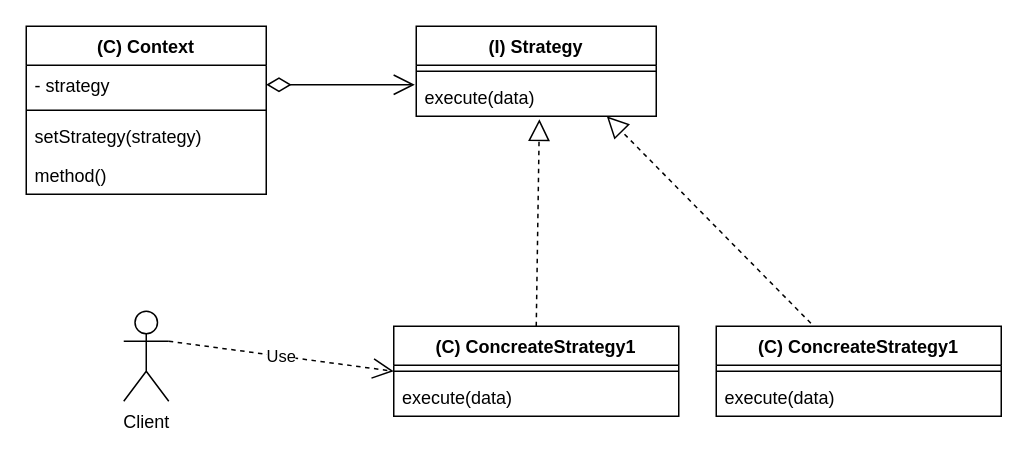
Before: 04-デザインパターン/振る舞い/Strategy/クラス図.drawio in bamboo-house/Good-Code, a draw.io diagram. Source tidied: cells renumbered, new cells numbered last; positions are measured from the earlier drawing's top-left corner, leaving out a move shared by most shapes. Both pictures are drawn from the tidied source at 150%, with x=0, y=0 at pixel (26, 26).
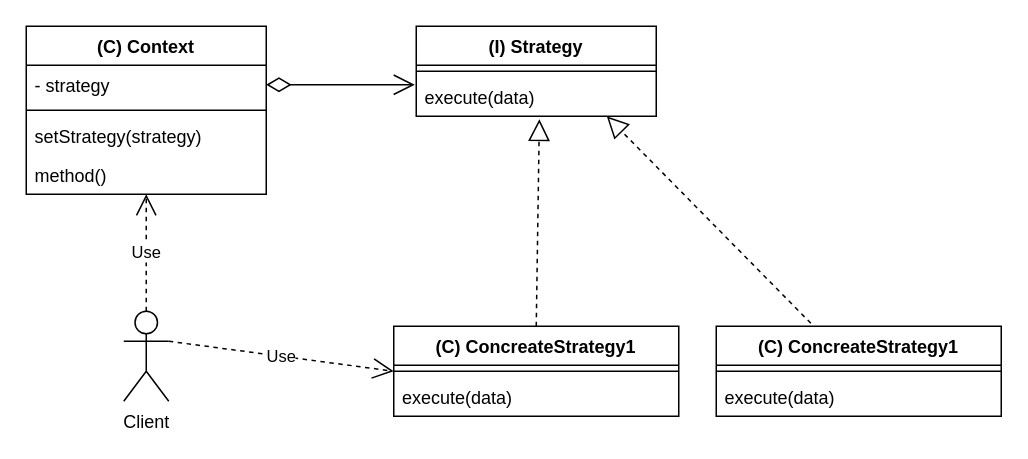
After the change.

Unchanged cells that the change refers to:
```xml
<mxCell id="9" value="method()" style="text;strokeColor=none;fillColor=none;align=left;verticalAlign=top;spacingLeft=4;spacingRight=4;overflow=hidden;points=[[0,0.5],[1,0.5]];portConstraint=eastwest;" parent="5" vertex="1">
  <mxGeometry y="86" width="160" height="26" as="geometry" />
</mxCell>
<mxCell id="19" value="Client" style="shape=umlActor;verticalLabelPosition=bottom;verticalAlign=top;html=1;" parent="1" vertex="1">
  <mxGeometry x="65" y="190" width="30" height="60" as="geometry" />
</mxCell>
```

The edit, as a diff of the source:
```diff
@@
+    <mxCell id="21" value="Use" style="endArrow=open;endSize=12;dashed=1;html=1;exitX=0.5;exitY=0;exitDx=0;exitDy=0;exitPerimeter=0;" parent="1" edge="1" source="19" target="9">
+      <mxGeometry relative="1" as="geometry" />
+    </mxCell>
```
